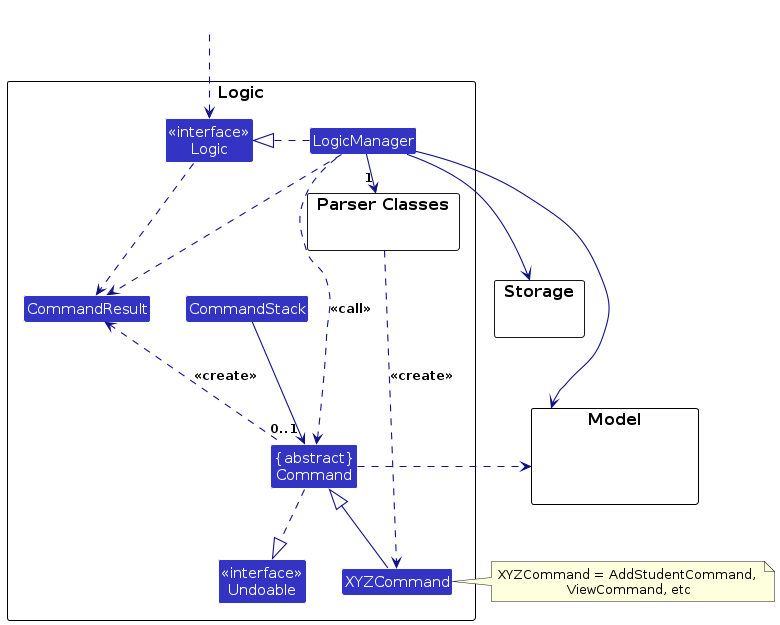
Ansel-Ch/tp keeps this PlantUML diagram as diagrams/LogicClassDiagram.png. Above is the earlier version. Its source is kept beside it as diagrams/LogicClassDiagram.puml.
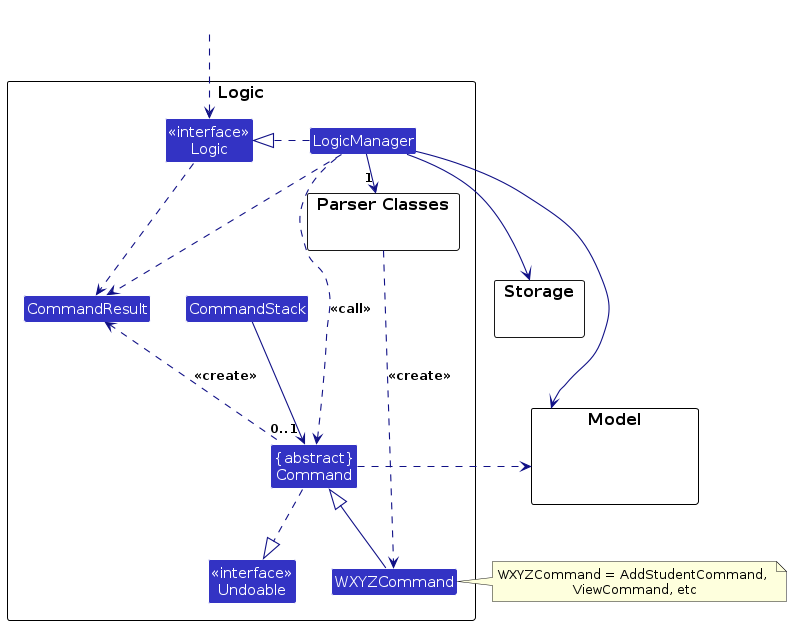
After the change.

Change to the diagram source:
```diff
@@ -8,7 +8,7 @@
 
 package "Parser Classes" as ParserClasses{
 }
-Class XYZCommand
+Class WXYZCommand
 Class CommandResult
 Class "{abstract}\nCommand" as Command
 Class CommandStack
@@ -34,9 +34,9 @@
 
 LogicManager .right.|> Logic
 LogicManager -right->"1" ParserClasses
-ParserClasses ..> XYZCommand : <<create>>
+ParserClasses ..> WXYZCommand : <<create>>
 
-XYZCommand -up-|> Command
+WXYZCommand -up-|> Command
 LogicManager .left.> Command : <<call>>
 
 LogicManager --> Model
@@ -44,7 +44,7 @@
 Storage --[hidden] Model
 Command .[hidden]up.> Storage
 Command .right.> Model
-note right of XYZCommand: XYZCommand = AddStudentCommand, \nViewCommand, etc
+note right of WXYZCommand: WXYZCommand = AddStudentCommand, \nViewCommand, etc
 
 Logic ..> CommandResult
 LogicManager .down.> CommandResult
```
